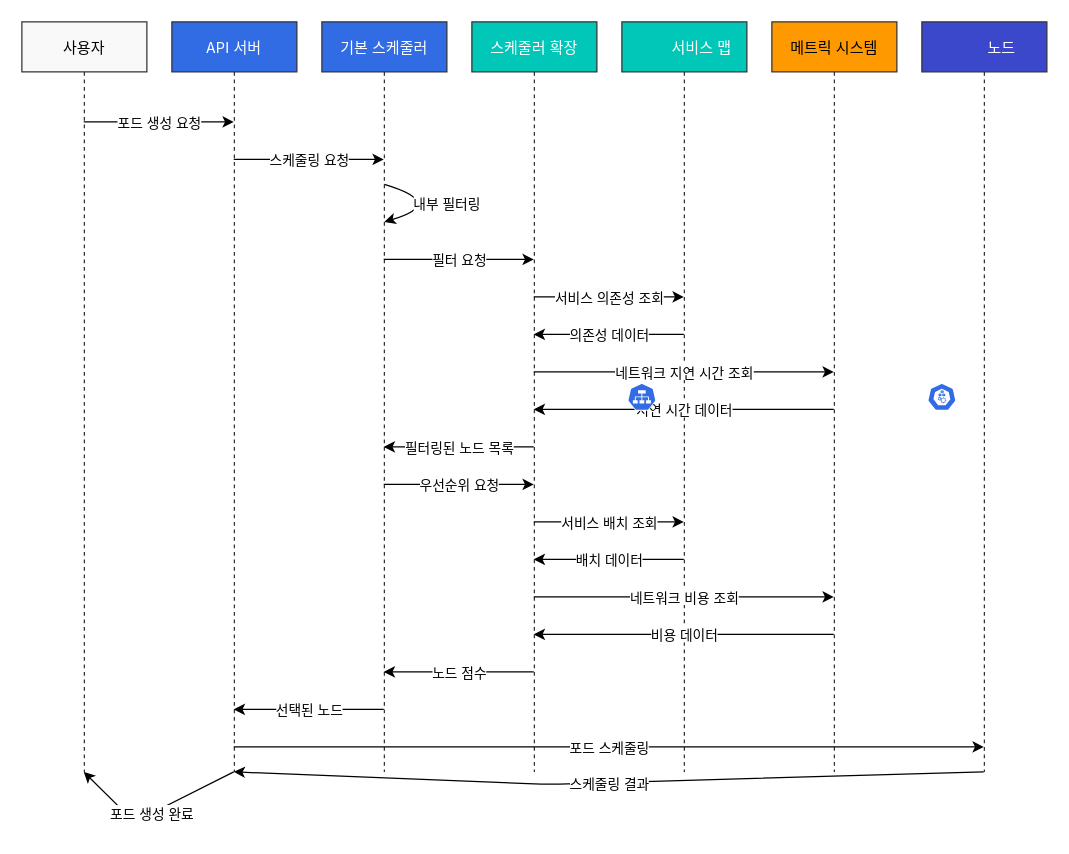
This is assets/generated-diagrams/network_locality_workflow.drawio from Atom-oh/kubernetes-docs, a draw.io file, before an edit. Source tidied: cells renumbered, new cells numbered last; positions are measured from the earlier drawing's top-left corner, leaving out a move shared by most shapes. Both pictures are drawn from the tidied source at 125%, with x=0, y=0 at pixel (21, 21).
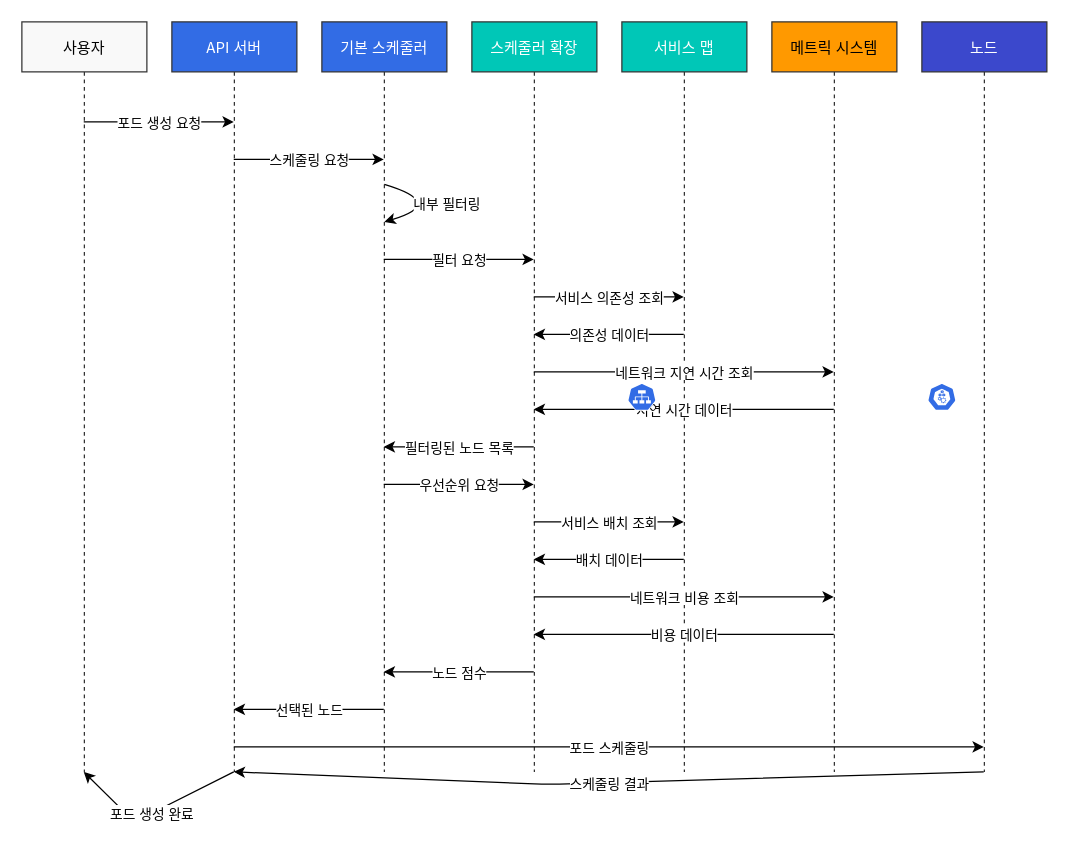
Above is the later version.

Diff of the diagram source:
```diff
@@
-    <mxCell id="6" value="서비스 맵" style="shape=umlLifeline;perimeter=lifelinePerimeter;whiteSpace=wrap;html=1;outlineConnect=0;fillColor=#00C7B7;strokeColor=#333333;strokeWidth=1;fontColor=#FFFFFF;fontSize=12;fontFamily=Noto Sans CJK KR;spacingLeft=28;" parent="1" vertex="1">
+    <mxCell id="6" value="서비스 맵" style="shape=umlLifeline;perimeter=lifelinePerimeter;whiteSpace=wrap;html=1;outlineConnect=0;fillColor=#00C7B7;strokeColor=#333333;strokeWidth=1;fontColor=#FFFFFF;fontSize=12;fontFamily=Noto Sans CJK KR;" parent="1" vertex="1">
       <mxGeometry x="480" width="100" height="600" as="geometry" />
     </mxCell>
@@
-    <mxCell id="8" value="노드" style="shape=umlLifeline;perimeter=lifelinePerimeter;whiteSpace=wrap;html=1;outlineConnect=0;fillColor=#3B48CC;strokeColor=#333333;strokeWidth=1;fontColor=#FFFFFF;fontSize=12;fontFamily=Noto Sans CJK KR;spacingLeft=28;" parent="1" vertex="1">
+    <mxCell id="8" value="노드" style="shape=umlLifeline;perimeter=lifelinePerimeter;whiteSpace=wrap;html=1;outlineConnect=0;fillColor=#3B48CC;strokeColor=#333333;strokeWidth=1;fontColor=#FFFFFF;fontSize=12;fontFamily=Noto Sans CJK KR;" parent="1" vertex="1">
       <mxGeometry x="720" width="100" height="600" as="geometry" />
     </mxCell>
```
